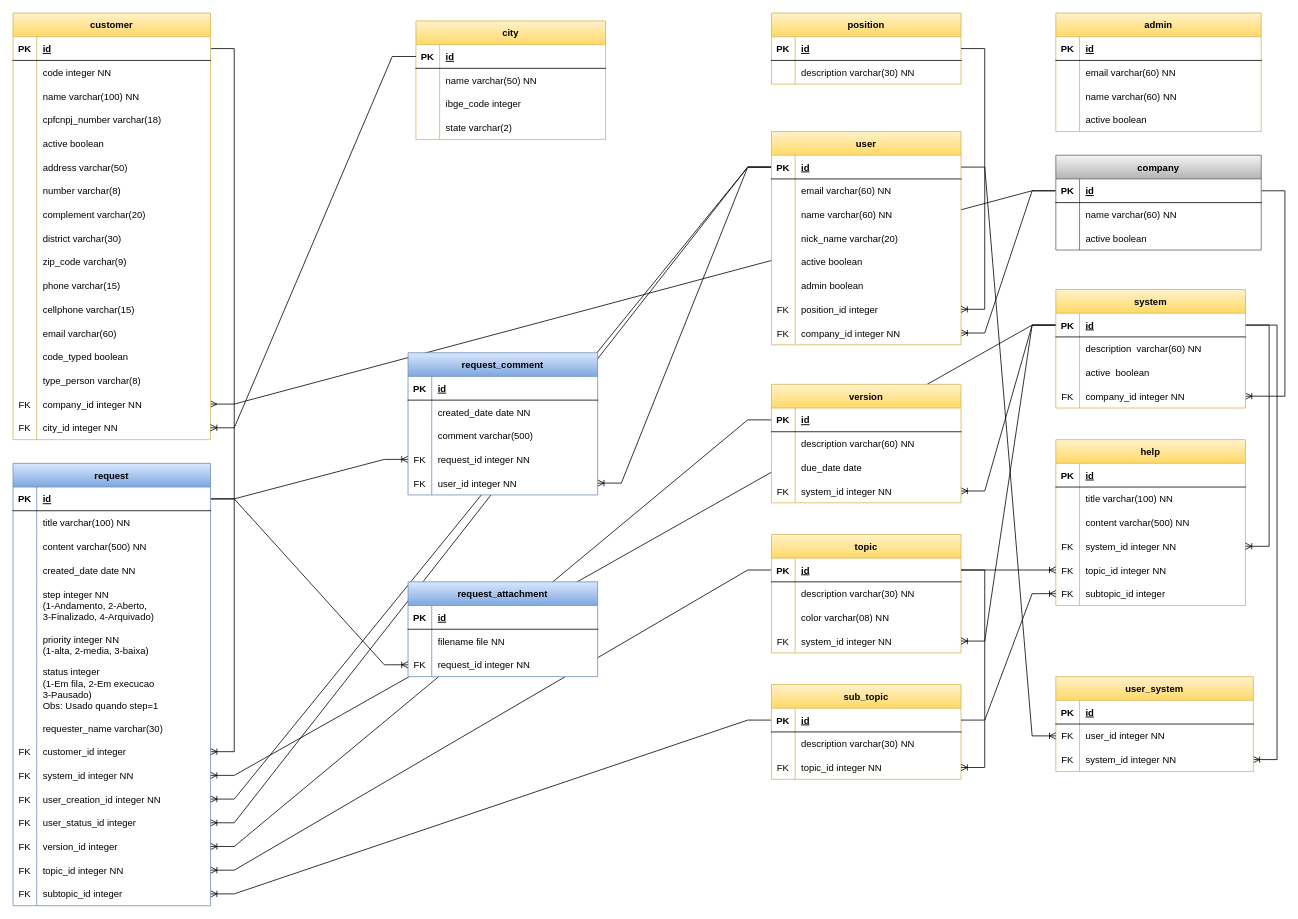
This is lib/docs/Entidades.drawio from edsoncosta-br/sfhelpdesk, a draw.io file, before an edit. Source tidied: cells renumbered, new cells numbered last; positions are measured from the earlier drawing's top-left corner, leaving out a move shared by most shapes. Both pictures are drawn from the tidied source at 79%, with x=0, y=0 at pixel (13, 13).
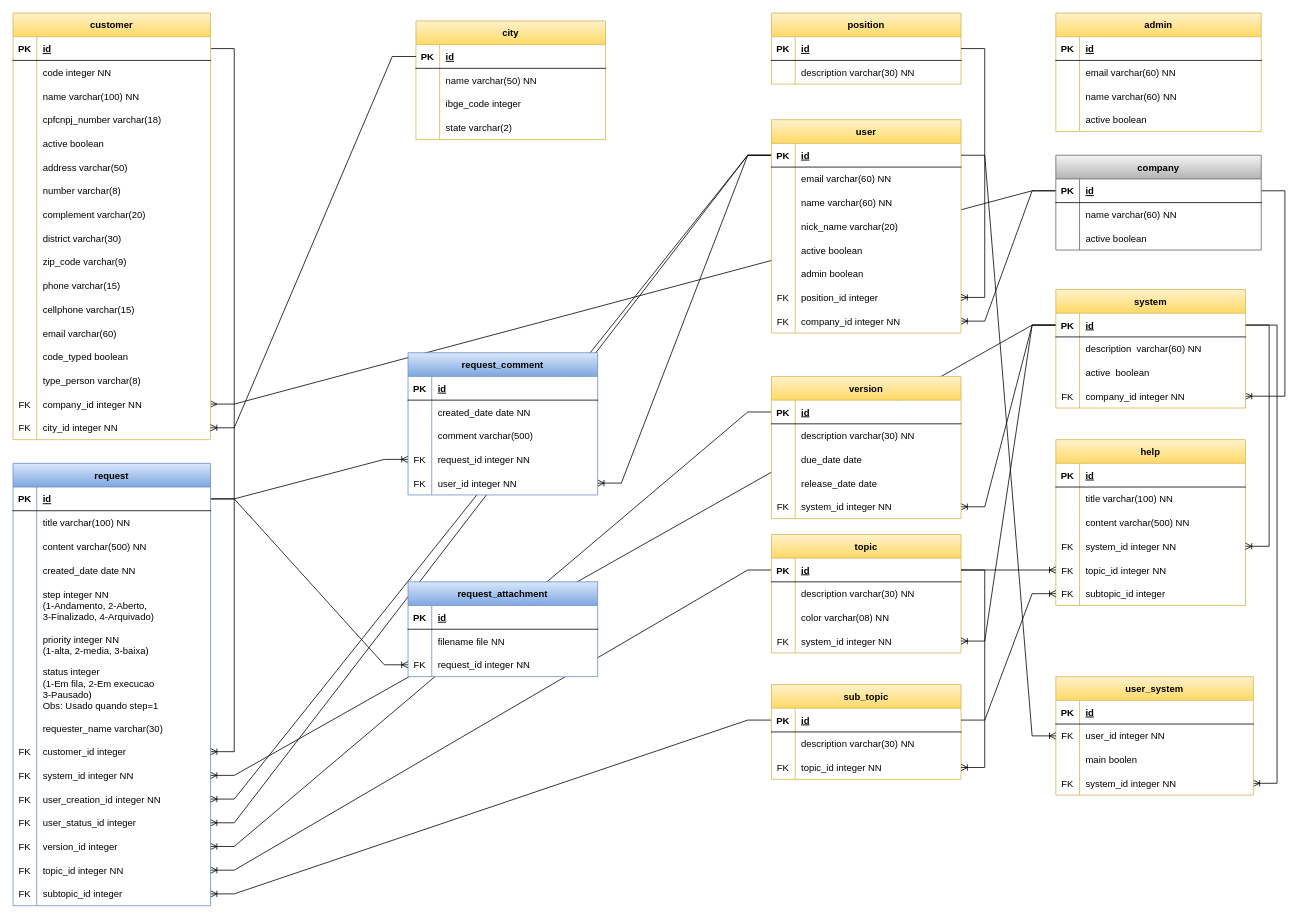
The same page after the edit.

Unchanged cells that the change refers to:
```xml
<mxCell id="124" style="shape=tableRow;horizontal=0;startSize=0;swimlaneHead=0;swimlaneBody=0;fillColor=none;top=0;left=0;right=0;bottom=0;" parent="120" vertex="1">
  <mxGeometry y="60" width="240" height="30" as="geometry" />
</mxCell>
```

Diff of the diagram source:
```diff
@@
     <mxCell id="82" value="user" style="shape=table;startSize=30;childLayout=tableLayout;rowLines=0;fontStyle=1;align=center;swimlaneFillColor=#FFFFFF;fillColor=#fff2cc;gradientColor=#ffd966;strokeColor=#d6b656;" parent="1" vertex="1">
-      <mxGeometry x="960" y="150" width="240" height="270" as="geometry" />
+      <mxGeometry x="960" y="135" width="240" height="270" as="geometry" />
     </mxCell>
@@
     <mxCell id="120" value="version" style="shape=table;startSize=30;childLayout=tableLayout;rowLines=0;fontStyle=1;align=center;swimlaneFillColor=#FFFFFF;fillColor=#fff2cc;gradientColor=#ffd966;strokeColor=#d6b656;" parent="1" vertex="1">
-      <mxGeometry x="960" y="470" width="240" height="150" as="geometry" />
+      <mxGeometry x="960" y="460" width="240" height="180" as="geometry" />
     </mxCell>
@@
-    <mxCell id="126" value="description varchar(60) NN" style="shape=partialRectangle;fillColor=none;top=0;left=0;bottom=0;right=0;align=left;spacingLeft=6;overflow=hidden;" parent="124" vertex="1">
+    <mxCell id="126" value="description varchar(30) NN" style="shape=partialRectangle;fillColor=none;top=0;left=0;bottom=0;right=0;align=left;spacingLeft=6;overflow=hidden;" parent="124" vertex="1">
       <mxGeometry x="30" width="210" height="30" as="geometry" />
     </mxCell>
@@
+    <mxCell id="295" style="shape=tableRow;horizontal=0;startSize=0;swimlaneHead=0;swimlaneBody=0;fillColor=none;top=0;left=0;right=0;bottom=0;" parent="120" vertex="1">
+      <mxGeometry y="120" width="240" height="30" as="geometry" />
+    </mxCell>
+    <mxCell id="296" style="shape=partialRectangle;fillColor=none;top=0;left=0;bottom=0;right=0;overflow=hidden;" parent="295" vertex="1">
+      <mxGeometry width="30" height="30" as="geometry" />
+    </mxCell>
+    <mxCell id="297" value="release_date date" style="shape=partialRectangle;fillColor=none;top=0;left=0;bottom=0;right=0;align=left;spacingLeft=6;overflow=hidden;" parent="295" vertex="1">
+      <mxGeometry x="30" width="210" height="30" as="geometry" />
+    </mxCell>
     <mxCell id="130" style="shape=tableRow;horizontal=0;startSize=0;swimlaneHead=0;swimlaneBody=0;fillColor=none;points=[[0,0.5],[1,0.5]];portConstraint=eastwest;top=0;left=0;right=0;bottom=0;" parent="120" vertex="1">
-      <mxGeometry y="120" width="240" height="30" as="geometry" />
+      <mxGeometry y="150" width="240" height="30" as="geometry" />
     </mxCell>
@@
     <mxCell id="195" value="user_system" style="shape=table;startSize=30;childLayout=tableLayout;rowLines=0;fontStyle=1;align=center;swimlaneFillColor=#FFFFFF;fillColor=#fff2cc;strokeColor=#d6b656;gradientColor=#ffd966;" parent="1" vertex="1">
-      <mxGeometry x="1320" y="840" width="250" height="120" as="geometry" />
+      <mxGeometry x="1320" y="840" width="250" height="150" as="geometry" />
     </mxCell>
@@
+    <mxCell id="298" style="shape=tableRow;horizontal=0;startSize=0;swimlaneHead=0;swimlaneBody=0;fillColor=none;top=0;left=0;right=0;bottom=0;" parent="195" vertex="1">
+      <mxGeometry y="90" width="250" height="30" as="geometry" />
+    </mxCell>
+    <mxCell id="299" style="shape=partialRectangle;fillColor=none;top=0;left=0;bottom=0;right=0;overflow=hidden;" parent="298" vertex="1">
+      <mxGeometry width="30" height="30" as="geometry" />
+    </mxCell>
+    <mxCell id="300" value="main boolen" style="shape=partialRectangle;fillColor=none;top=0;left=0;bottom=0;right=0;align=left;spacingLeft=6;overflow=hidden;" parent="298" vertex="1">
+      <mxGeometry x="30" width="220" height="30" as="geometry" />
+    </mxCell>
     <mxCell id="202" style="shape=tableRow;horizontal=0;startSize=0;swimlaneHead=0;swimlaneBody=0;fillColor=none;points=[[0,0.5],[1,0.5]];portConstraint=eastwest;top=0;left=0;right=0;bottom=0;" parent="195" vertex="1">
-      <mxGeometry y="90" width="250" height="30" as="geometry" />
+      <mxGeometry y="120" width="250" height="30" as="geometry" />
     </mxCell>
```
